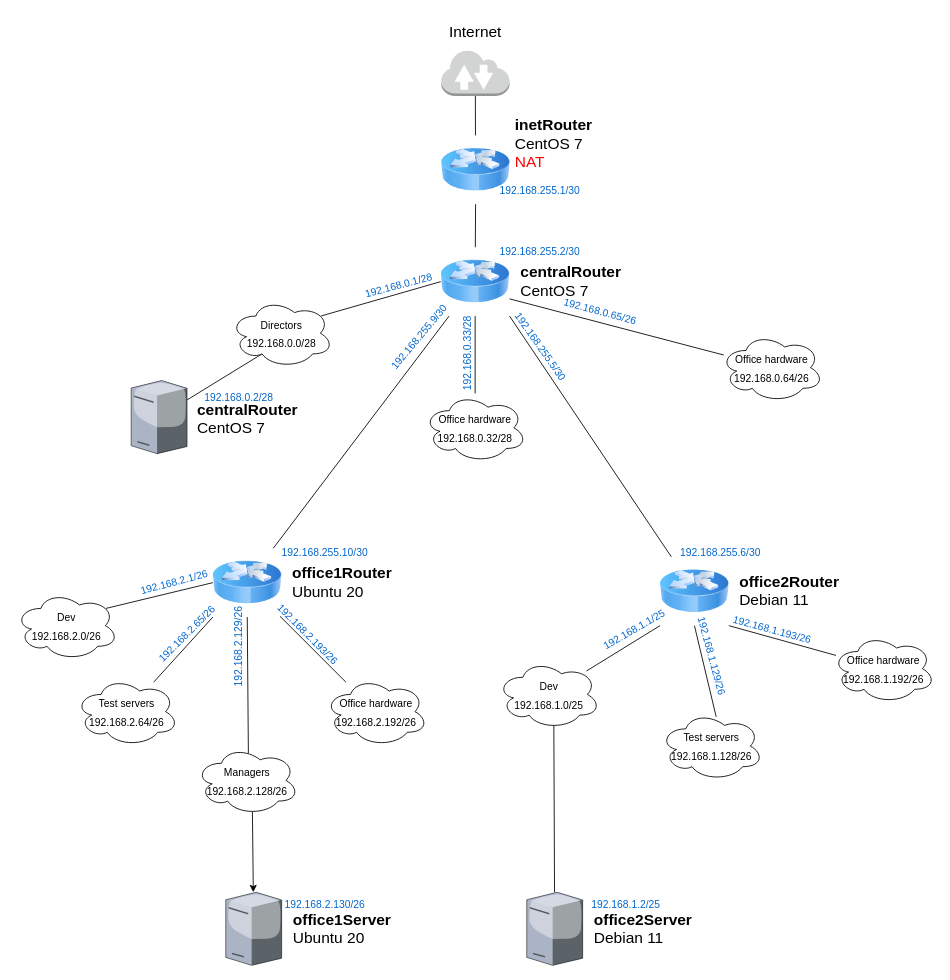
Before: HW18/network.drawio in kovtalex/otus-linux, a draw.io diagram. Source tidied: cells renumbered, new cells numbered last; positions are measured from the earlier drawing's top-left corner, leaving out a move shared by most shapes. Both pictures are drawn from the tidied source at 86%, with x=0, y=0 at pixel (15, 15).
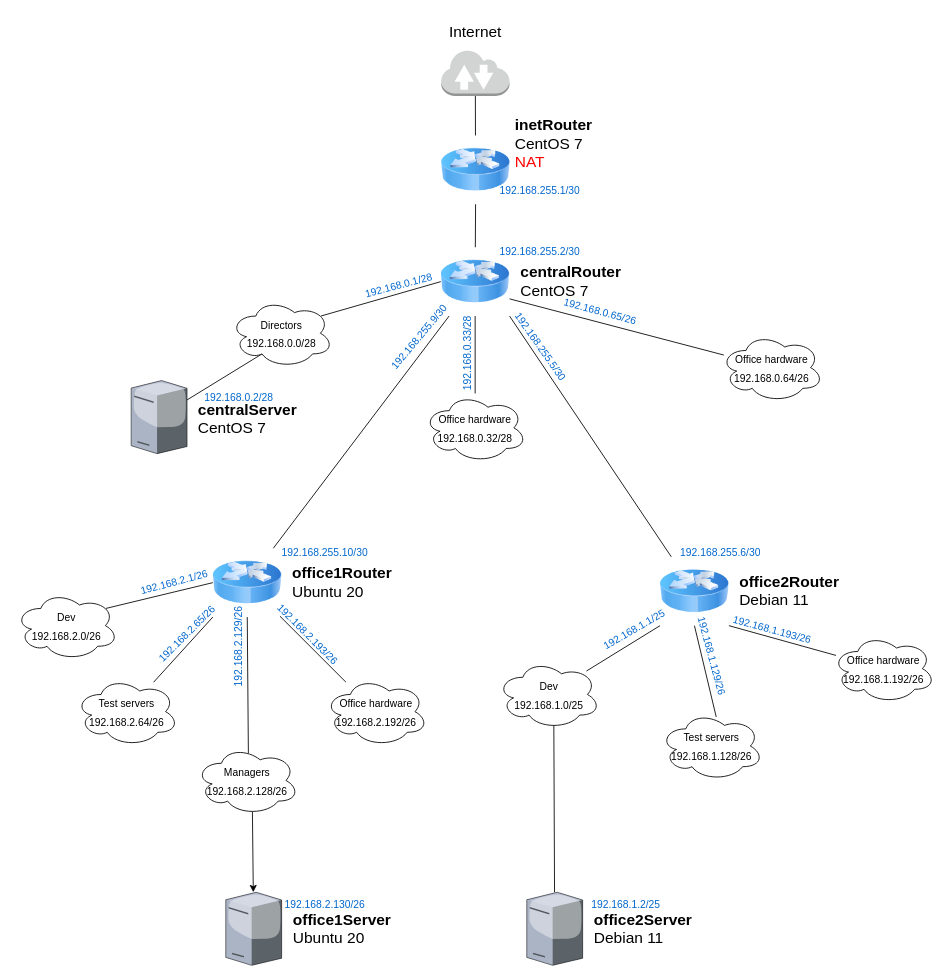
The same diagram, later.

Diff of the diagram source:
```diff
@@
-    <mxCell id="31" value="&lt;div style=&quot;text-align: left;&quot;&gt;&lt;span style=&quot;font-size: 18px; background-color: initial;&quot;&gt;&lt;b&gt;centralRouter&lt;/b&gt;&lt;/span&gt;&lt;/div&gt;&lt;div style=&quot;text-align: left;&quot;&gt;&lt;span style=&quot;font-size: 18px; background-color: initial;&quot;&gt;CentOS 7&lt;/span&gt;&lt;/div&gt;" style="text;html=1;align=center;verticalAlign=middle;fillColor=none;strokeColor=none;rounded=0;" parent="1" vertex="1">
+    <mxCell id="31" value="&lt;div style=&quot;text-align: left;&quot;&gt;&lt;span style=&quot;font-size: 18px; background-color: initial;&quot;&gt;&lt;b&gt;centralServer&lt;/b&gt;&lt;/span&gt;&lt;/div&gt;&lt;div style=&quot;text-align: left;&quot;&gt;&lt;span style=&quot;font-size: 18px; background-color: initial;&quot;&gt;CentOS 7&lt;/span&gt;&lt;/div&gt;" style="text;html=1;align=center;verticalAlign=middle;fillColor=none;strokeColor=none;rounded=0;" parent="1" vertex="1">
       <mxGeometry x="200" y="440" width="140" height="60" as="geometry" />
     </mxCell>
```
